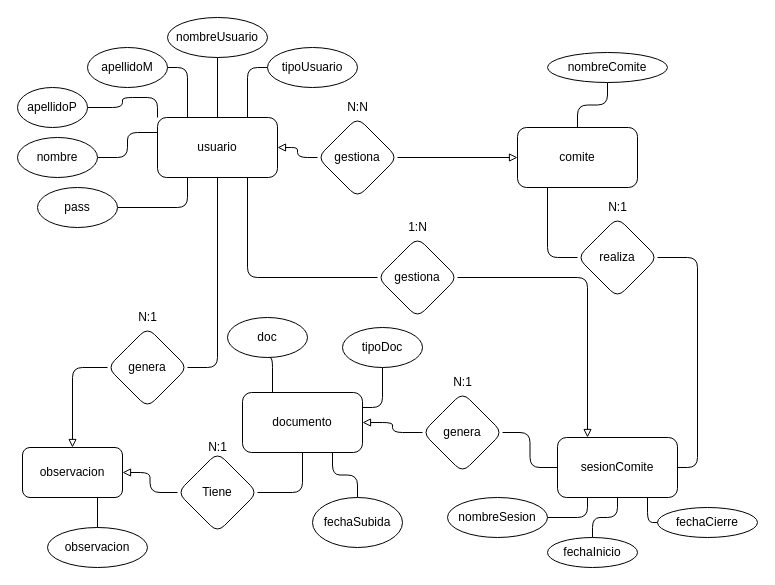
gabo2600/sesion keeps this draw.io diagram as doc/ER.drawio. Above is the earlier version. Source tidied: cells renumbered, new cells numbered last; positions are measured from the earlier drawing's top-left corner, leaving out a move shared by most shapes. Both pictures are drawn from the tidied source at 100%, with x=0, y=0 at pixel (17, 17).
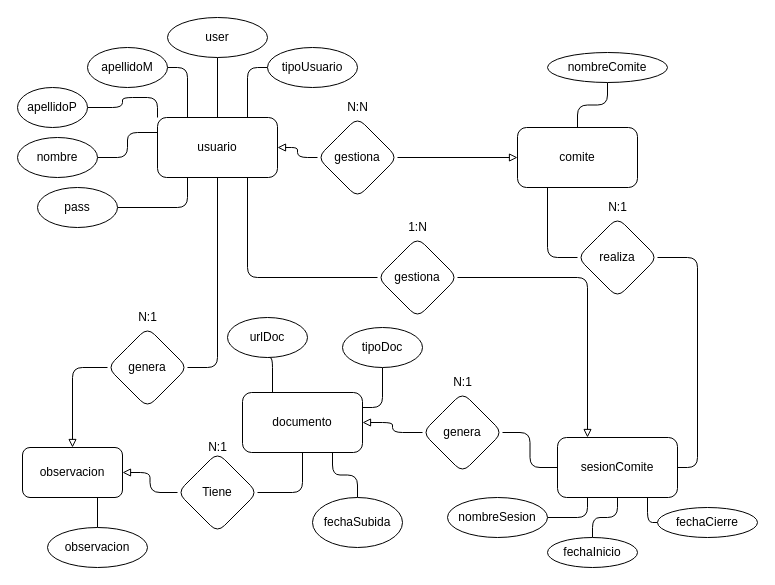
Above is the later version.

What changed in the source:
```diff
@@
-    <mxCell id="15" value="nombreUsuario" style="ellipse;whiteSpace=wrap;html=1;rounded=1;" parent="1" vertex="1">
+    <mxCell id="15" value="user" style="ellipse;whiteSpace=wrap;html=1;rounded=1;" parent="1" vertex="1">
       <mxGeometry x="150" width="100" height="40" as="geometry" />
     </mxCell>
@@
-    <mxCell id="25" value="doc" style="ellipse;whiteSpace=wrap;html=1;rounded=1;" parent="1" vertex="1">
+    <mxCell id="25" value="urlDoc" style="ellipse;whiteSpace=wrap;html=1;rounded=1;" parent="1" vertex="1">
       <mxGeometry x="210" y="300" width="80" height="40" as="geometry" />
     </mxCell>
```
